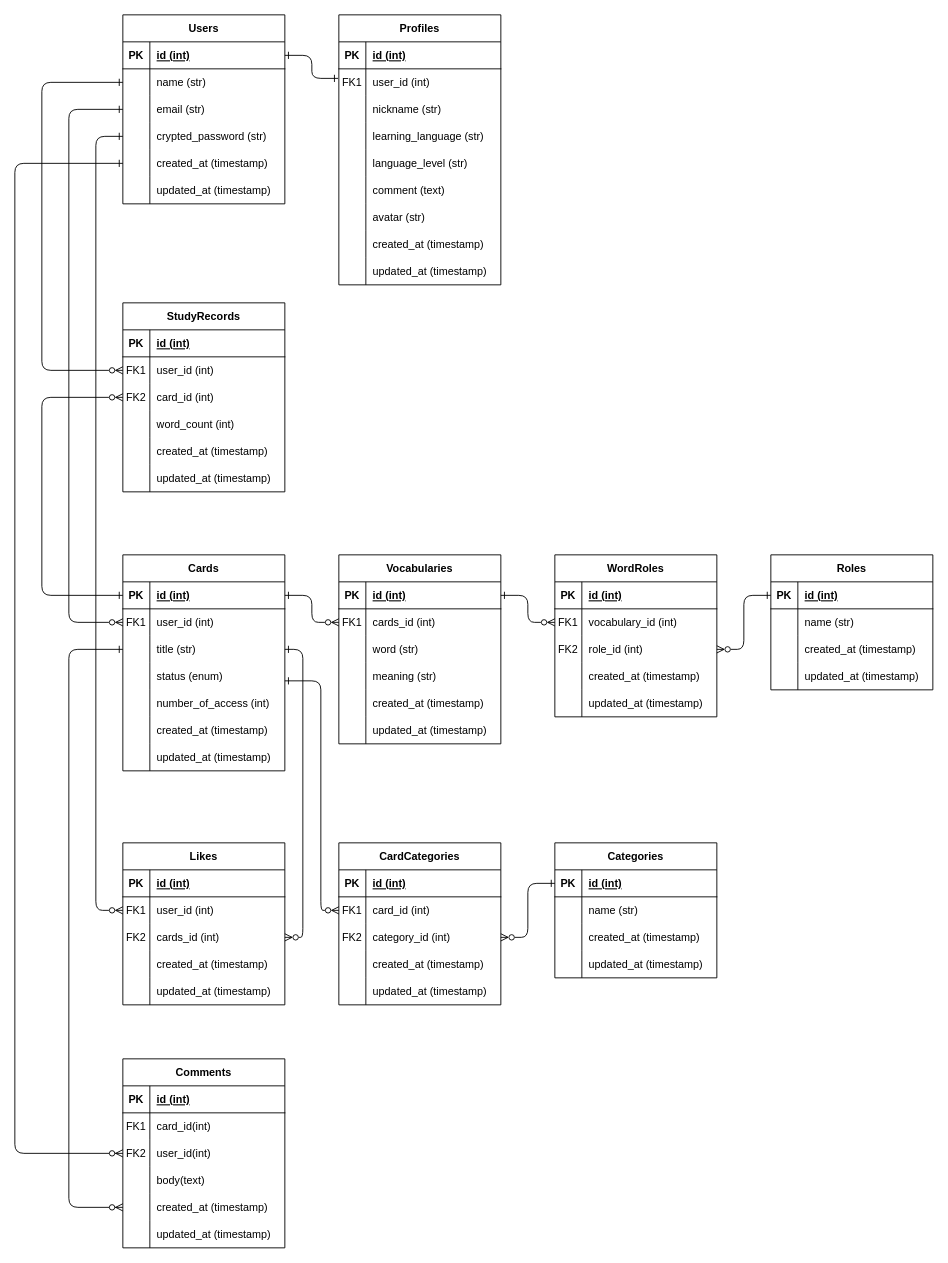
The draw.io diagram table.drawio in TaikiSakai/linGuardia, before the edit. Source tidied: cells renumbered, new cells numbered last; positions are measured from the earlier drawing's top-left corner, leaving out a move shared by most shapes. Both pictures are drawn from the tidied source at 90%, with x=0, y=0 at pixel (14, 14).
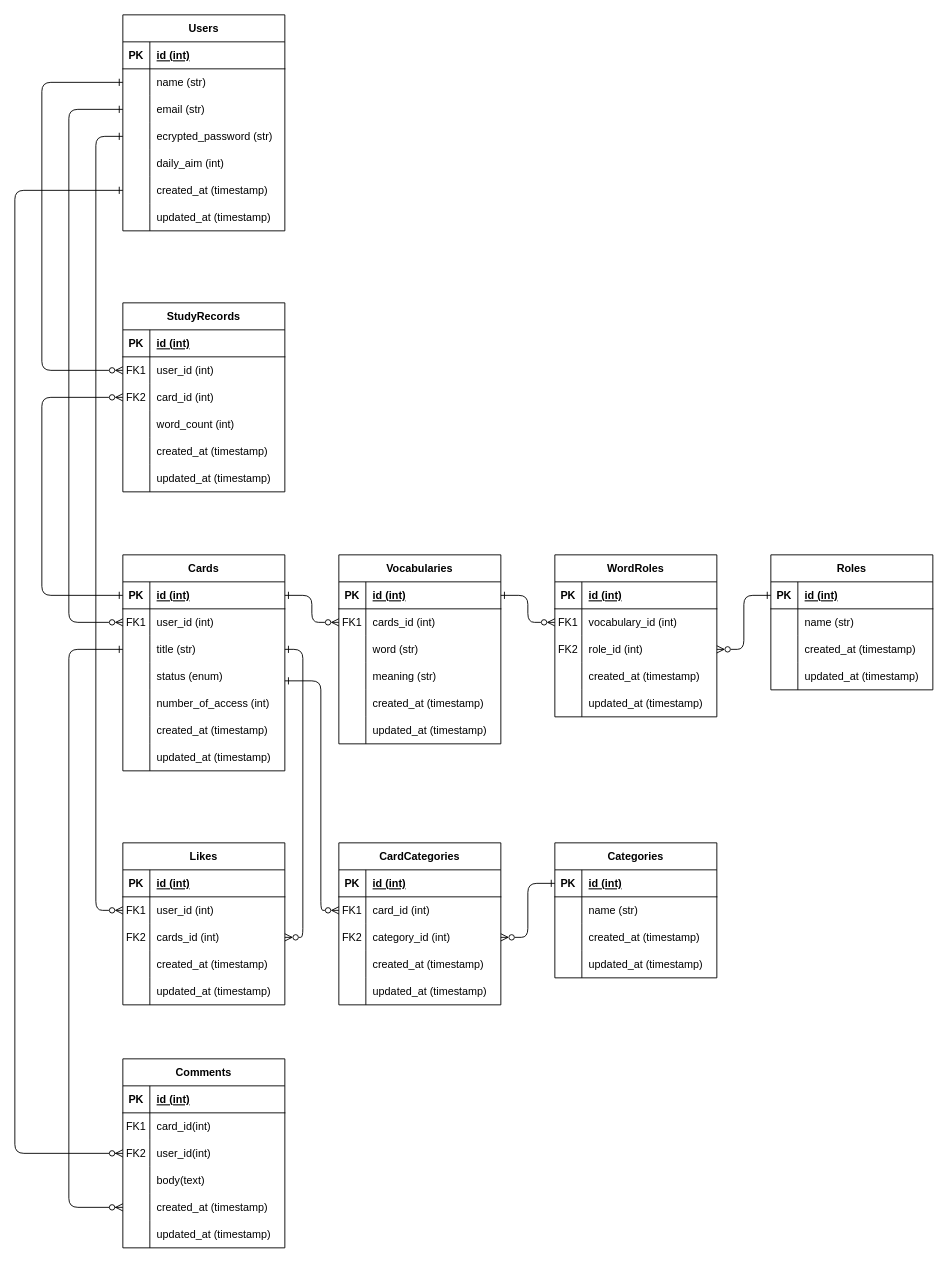
The same page after the edit.

The change refers to these unchanged cells:
```xml
<mxCell id="3" style="shape=tableRow;horizontal=0;startSize=0;swimlaneHead=0;swimlaneBody=0;fillColor=none;points=[[0,0.5],[1,0.5]];portConstraint=eastwest;top=0;left=0;right=0;bottom=1;" parent="2" vertex="1">
  <mxGeometry y="30" width="180" height="30" as="geometry" />
</mxCell>
<mxCell id="12" style="shape=tableRow;horizontal=0;startSize=0;swimlaneHead=0;swimlaneBody=0;fillColor=none;points=[[0,0.5],[1,0.5]];portConstraint=eastwest;top=0;left=0;right=0;bottom=0;" parent="2" vertex="1">
  <mxGeometry y="120" width="180" height="30" as="geometry" />
</mxCell>
```

What changed in the source:
```diff
@@
     <mxCell id="2" value="Users" style="shape=table;startSize=30;childLayout=tableLayout;rowLines=0;fontStyle=1;align=center;" parent="1" vertex="1">
-      <mxGeometry x="120" width="180" height="210" as="geometry" />
+      <mxGeometry x="120" width="180" height="240" as="geometry" />
     </mxCell>
@@
-    <mxCell id="14" value="crypted_password (str)" style="shape=partialRectangle;fillColor=none;top=0;left=0;bottom=0;right=0;align=left;spacingLeft=6;overflow=hidden;" parent="12" vertex="1">
+    <mxCell id="14" value="ecrypted_password (str)" style="shape=partialRectangle;fillColor=none;top=0;left=0;bottom=0;right=0;align=left;spacingLeft=6;overflow=hidden;" parent="12" vertex="1">
       <mxGeometry x="30" width="150" height="30" as="geometry" />
     </mxCell>
+    <mxCell id="34" style="shape=tableRow;horizontal=0;startSize=0;swimlaneHead=0;swimlaneBody=0;fillColor=none;top=0;left=0;right=0;bottom=0;" parent="2" vertex="1">
+      <mxGeometry y="150" width="180" height="30" as="geometry" />
+    </mxCell>
+    <mxCell id="216" style="shape=partialRectangle;fillColor=none;top=0;left=0;bottom=0;right=0;overflow=hidden;" parent="34" vertex="1">
+      <mxGeometry width="30" height="30" as="geometry" />
+    </mxCell>
+    <mxCell id="217" value="daily_aim (int)" style="shape=partialRectangle;fillColor=none;top=0;left=0;bottom=0;right=0;align=left;spacingLeft=6;overflow=hidden;" parent="34" vertex="1">
+      <mxGeometry x="30" width="150" height="30" as="geometry" />
+    </mxCell>
     <mxCell id="15" style="shape=tableRow;horizontal=0;startSize=0;swimlaneHead=0;swimlaneBody=0;fillColor=none;points=[[0,0.5],[1,0.5]];portConstraint=eastwest;top=0;left=0;right=0;bottom=0;" parent="2" vertex="1">
-      <mxGeometry y="150" width="180" height="30" as="geometry" />
+      <mxGeometry y="180" width="180" height="30" as="geometry" />
     </mxCell>
@@
     <mxCell id="18" style="shape=tableRow;horizontal=0;startSize=0;swimlaneHead=0;swimlaneBody=0;fillColor=none;top=0;left=0;right=0;bottom=0;" parent="2" vertex="1">
-      <mxGeometry y="180" width="180" height="30" as="geometry" />
+      <mxGeometry y="210" width="180" height="30" as="geometry" />
     </mxCell>
@@
-    <mxCell id="21" value="Profiles" style="shape=table;startSize=30;childLayout=tableLayout;rowLines=0;fontStyle=1;align=center;" parent="1" vertex="1">
-      <mxGeometry x="360" width="180" height="300" as="geometry" />
-    </mxCell>
-    <mxCell id="22" style="shape=tableRow;horizontal=0;startSize=0;swimlaneHead=0;swimlaneBody=0;fillColor=none;top=0;left=0;right=0;bottom=1;" parent="21" vertex="1">
-      <mxGeometry y="30" width="180" height="30" as="geometry" />
-    </mxCell>
-    <mxCell id="23" value="PK" style="shape=partialRectangle;fillColor=none;top=0;left=0;bottom=0;right=0;fontStyle=1;overflow=hidden;" parent="22" vertex="1">
-      <mxGeometry width="30" height="30" as="geometry" />
-    </mxCell>
-    <mxCell id="24" value="id (int)" style="shape=partialRectangle;fillColor=none;top=0;left=0;bottom=0;right=0;align=left;spacingLeft=6;fontStyle=5;overflow=hidden;" parent="22" vertex="1">
-      <mxGeometry x="30" width="150" height="30" as="geometry" />
-    </mxCell>
-    <mxCell id="25" style="shape=tableRow;horizontal=0;startSize=0;swimlaneHead=0;swimlaneBody=0;fillColor=none;points=[[0,0.5],[1,0.5]];portConstraint=eastwest;top=0;left=0;right=0;bottom=0;" parent="21" vertex="1">
-      <mxGeometry y="60" width="180" height="30" as="geometry" />
-    </mxCell>
-    <mxCell id="26" value="FK1" style="shape=partialRectangle;fillColor=none;top=0;left=0;bottom=0;right=0;overflow=hidden;" parent="25" vertex="1">
-      <mxGeometry width="30" height="30" as="geometry" />
-    </mxCell>
-    <mxCell id="27" value="user_id (int)" style="shape=partialRectangle;fillColor=none;top=0;left=0;bottom=0;right=0;align=left;spacingLeft=6;overflow=hidden;" parent="25" vertex="1">
-      <mxGeometry x="30" width="150" height="30" as="geometry" />
-    </mxCell>
-    <mxCell id="28" style="shape=tableRow;horizontal=0;startSize=0;swimlaneHead=0;swimlaneBody=0;fillColor=none;top=0;left=0;right=0;bottom=0;" parent="21" vertex="1">
-      <mxGeometry y="90" width="180" height="30" as="geometry" />
-    </mxCell>
-    <mxCell id="29" style="shape=partialRectangle;fillColor=none;top=0;left=0;bottom=0;right=0;overflow=hidden;" parent="28" vertex="1">
-      <mxGeometry width="30" height="30" as="geometry" />
-    </mxCell>
-    <mxCell id="30" value="nickname (str)" style="shape=partialRectangle;fillColor=none;top=0;left=0;bottom=0;right=0;align=left;spacingLeft=6;overflow=hidden;" parent="28" vertex="1">
-      <mxGeometry x="30" width="150" height="30" as="geometry" />
-    </mxCell>
-    <mxCell id="31" style="shape=tableRow;horizontal=0;startSize=0;swimlaneHead=0;swimlaneBody=0;fillColor=none;top=0;left=0;right=0;bottom=0;" parent="21" vertex="1">
-      <mxGeometry y="120" width="180" height="30" as="geometry" />
-    </mxCell>
-    <mxCell id="32" style="shape=partialRectangle;fillColor=none;top=0;left=0;bottom=0;right=0;overflow=hidden;" parent="31" vertex="1">
-      <mxGeometry width="30" height="30" as="geometry" />
-    </mxCell>
-    <mxCell id="33" value="learning_language (str)" style="shape=partialRectangle;fillColor=none;top=0;left=0;bottom=0;right=0;align=left;spacingLeft=6;overflow=hidden;" parent="31" vertex="1">
-      <mxGeometry x="30" width="150" height="30" as="geometry" />
-    </mxCell>
-    <mxCell id="34" style="shape=tableRow;horizontal=0;startSize=0;swimlaneHead=0;swimlaneBody=0;fillColor=none;top=0;left=0;right=0;bottom=0;" parent="21" vertex="1">
-      <mxGeometry y="150" width="180" height="30" as="geometry" />
-    </mxCell>
-    <mxCell id="35" style="shape=partialRectangle;fillColor=none;top=0;left=0;bottom=0;right=0;overflow=hidden;" parent="34" vertex="1">
-      <mxGeometry width="30" height="30" as="geometry" />
-    </mxCell>
-    <mxCell id="36" value="language_level (str)" style="shape=partialRectangle;fillColor=none;top=0;left=0;bottom=0;right=0;align=left;spacingLeft=6;overflow=hidden;" parent="34" vertex="1">
-      <mxGeometry x="30" width="150" height="30" as="geometry" />
-    </mxCell>
-    <mxCell id="37" style="shape=tableRow;horizontal=0;startSize=0;swimlaneHead=0;swimlaneBody=0;fillColor=none;top=0;left=0;right=0;bottom=0;" parent="21" vertex="1">
-      <mxGeometry y="180" width="180" height="30" as="geometry" />
-    </mxCell>
-    <mxCell id="38" style="shape=partialRectangle;fillColor=none;top=0;left=0;bottom=0;right=0;overflow=hidden;" parent="37" vertex="1">
-      <mxGeometry width="30" height="30" as="geometry" />
-    </mxCell>
-    <mxCell id="39" value="comment (text)" style="shape=partialRectangle;fillColor=none;top=0;left=0;bottom=0;right=0;align=left;spacingLeft=6;overflow=hidden;" parent="37" vertex="1">
-      <mxGeometry x="30" width="150" height="30" as="geometry" />
-    </mxCell>
-    <mxCell id="40" style="shape=tableRow;horizontal=0;startSize=0;swimlaneHead=0;swimlaneBody=0;fillColor=none;top=0;left=0;right=0;bottom=0;" parent="21" vertex="1">
-      <mxGeometry y="210" width="180" height="30" as="geometry" />
-    </mxCell>
-    <mxCell id="41" style="shape=partialRectangle;fillColor=none;top=0;left=0;bottom=0;right=0;overflow=hidden;" parent="40" vertex="1">
-      <mxGeometry width="30" height="30" as="geometry" />
-    </mxCell>
-    <mxCell id="42" value="avatar (str)" style="shape=partialRectangle;fillColor=none;top=0;left=0;bottom=0;right=0;align=left;spacingLeft=6;overflow=hidden;" parent="40" vertex="1">
-      <mxGeometry x="30" width="150" height="30" as="geometry" />
-    </mxCell>
-    <mxCell id="43" style="shape=tableRow;horizontal=0;startSize=0;swimlaneHead=0;swimlaneBody=0;fillColor=none;top=0;left=0;right=0;bottom=0;" parent="21" vertex="1">
-      <mxGeometry y="240" width="180" height="30" as="geometry" />
-    </mxCell>
-    <mxCell id="44" style="shape=partialRectangle;fillColor=none;top=0;left=0;bottom=0;right=0;overflow=hidden;" parent="43" vertex="1">
-      <mxGeometry width="30" height="30" as="geometry" />
-    </mxCell>
-    <mxCell id="45" value="created_at (timestamp)" style="shape=partialRectangle;fillColor=none;top=0;left=0;bottom=0;right=0;align=left;spacingLeft=6;overflow=hidden;" parent="43" vertex="1">
-      <mxGeometry x="30" width="150" height="30" as="geometry" />
-    </mxCell>
-    <mxCell id="46" style="shape=tableRow;horizontal=0;startSize=0;swimlaneHead=0;swimlaneBody=0;fillColor=none;top=0;left=0;right=0;bottom=0;" parent="21" vertex="1">
-      <mxGeometry y="270" width="180" height="30" as="geometry" />
-    </mxCell>
-    <mxCell id="47" style="shape=partialRectangle;fillColor=none;top=0;left=0;bottom=0;right=0;overflow=hidden;" parent="46" vertex="1">
-      <mxGeometry width="30" height="30" as="geometry" />
-    </mxCell>
-    <mxCell id="48" value="updated_at (timestamp)" style="shape=partialRectangle;fillColor=none;top=0;left=0;bottom=0;right=0;align=left;spacingLeft=6;overflow=hidden;" parent="46" vertex="1">
-      <mxGeometry x="30" width="150" height="30" as="geometry" />
-    </mxCell>
@@
-    <mxCell id="119" style="edgeStyle=elbowEdgeStyle;fontSize=12;html=1;endArrow=ERone;startArrow=ERone;startFill=0;endFill=0;exitX=1;exitY=0.5;exitDx=0;exitDy=0;entryX=-0.005;entryY=0.353;entryDx=0;entryDy=0;entryPerimeter=0;" parent="1" edge="1" source="3" target="25">
-      <mxGeometry relative="1" as="geometry" />
-    </mxCell>
```
